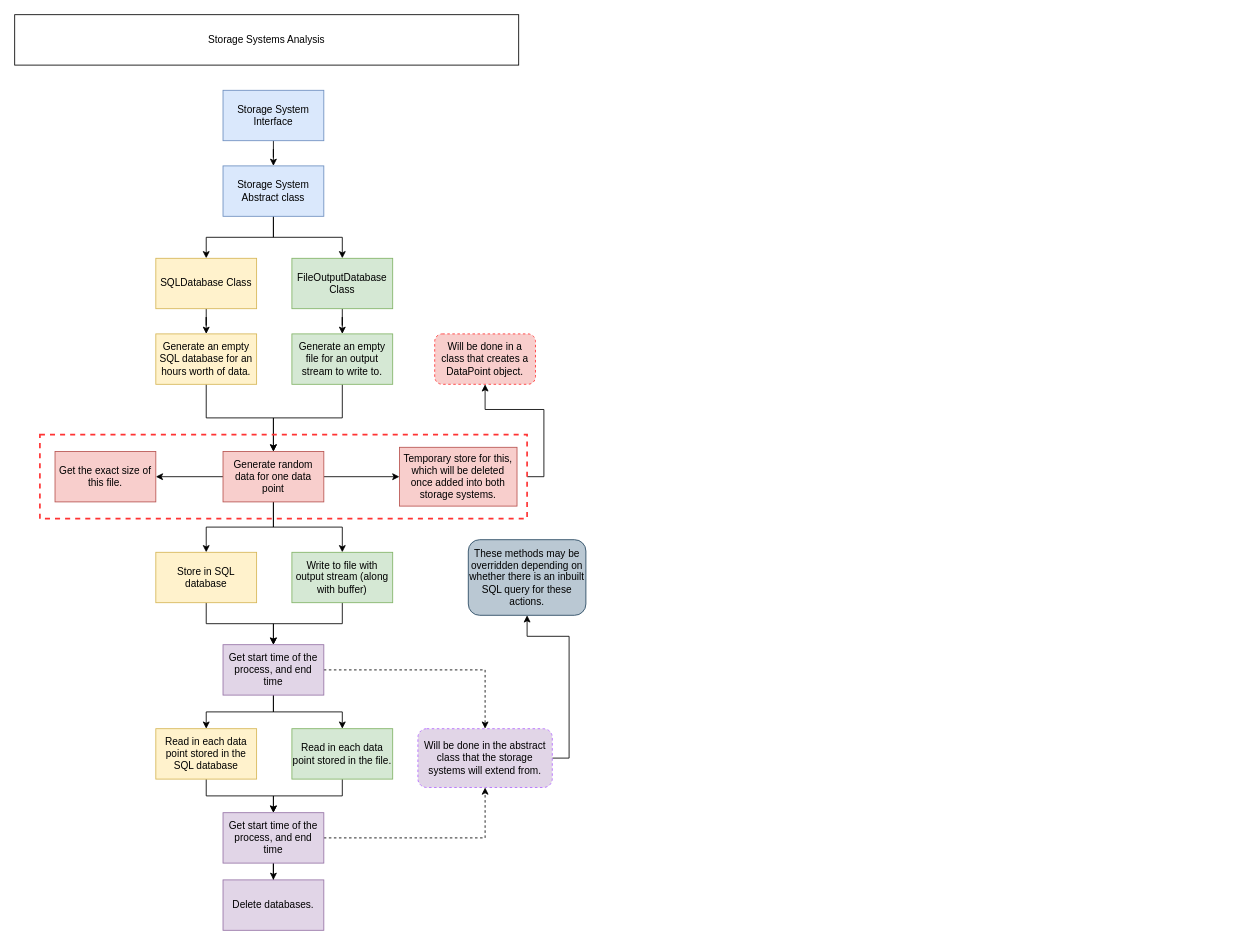
dolphin-acoustics-vip/DBAnalytics keeps this draw.io diagram as planning/StorageSystemVIP.drawio. Above is the earlier version. Source tidied: cells renumbered, new cells numbered last; positions are measured from the earlier drawing's top-left corner, leaving out a move shared by most shapes. Both pictures are drawn from the tidied source at 84%, with x=0, y=0 at pixel (14, 14).
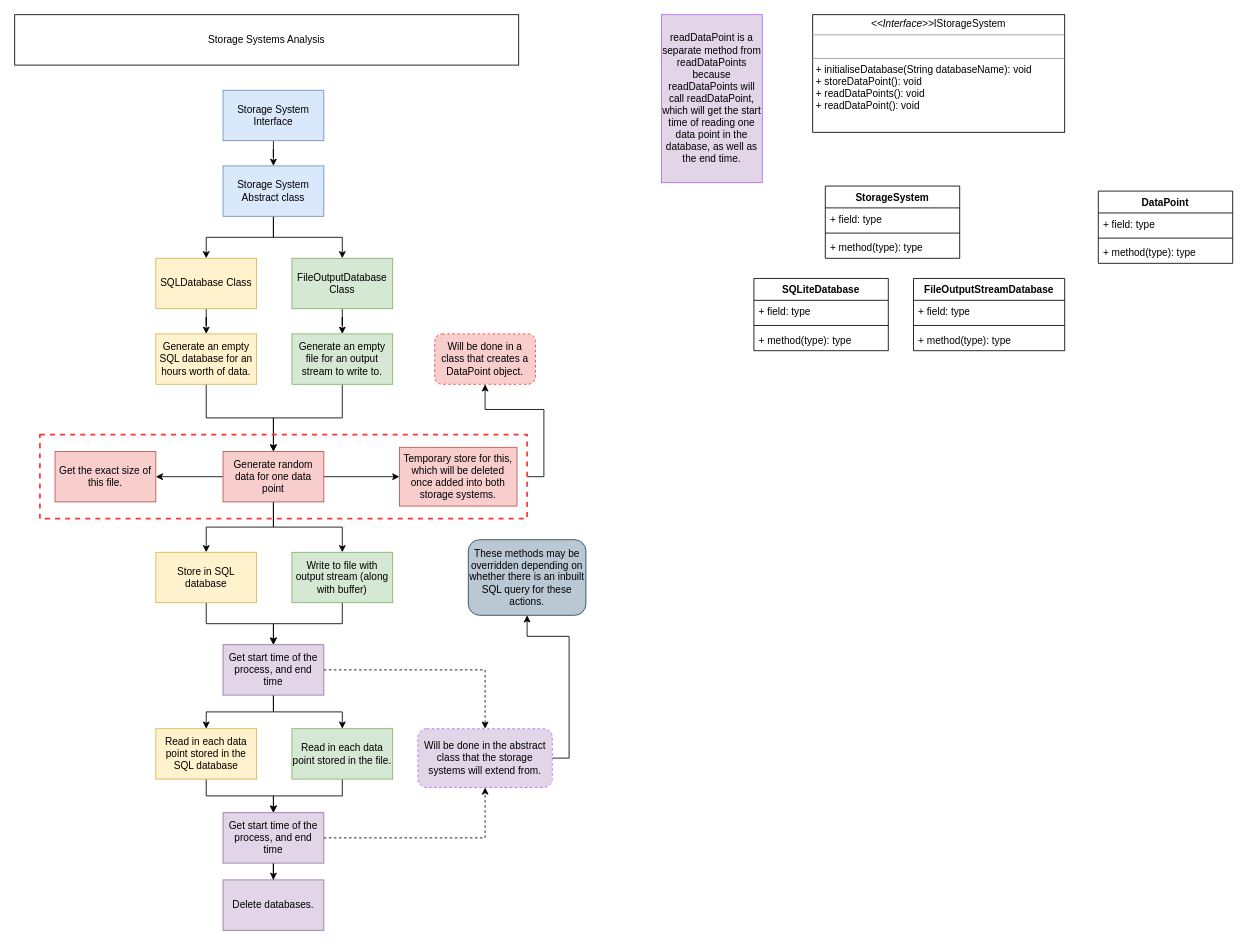
Above is the later version.

Commit message:
Started UML Diagrams

Diff of the diagram source:
```diff
@@
+    <mxCell id="45" value="SQLiteDatabase" style="swimlane;fontStyle=1;align=center;verticalAlign=top;horizontal=1;startSize=26;strokeWidth=1;labelBackgroundColor=none;" parent="1" vertex="1">
+      <mxGeometry x="880" y="314" width="160" height="86" as="geometry" />
+    </mxCell>
+    <mxCell id="46" value="+ field: type" style="text;strokeColor=none;fillColor=none;align=left;verticalAlign=top;spacingLeft=4;spacingRight=4;overflow=hidden;strokeWidth=1;" parent="45" vertex="1">
+      <mxGeometry y="26" width="160" height="26" as="geometry" />
+    </mxCell>
+    <mxCell id="47" style="line;strokeWidth=1;fillColor=none;align=left;verticalAlign=middle;spacingTop=-1;spacingLeft=3;spacingRight=3;labelPosition=right;strokeColor=inherit;" parent="45" vertex="1">
+      <mxGeometry y="52" width="160" height="8" as="geometry" />
+    </mxCell>
+    <mxCell id="48" value="+ method(type): type" style="text;strokeColor=none;fillColor=none;align=left;verticalAlign=top;spacingLeft=4;spacingRight=4;overflow=hidden;strokeWidth=1;" parent="45" vertex="1">
+      <mxGeometry y="60" width="160" height="26" as="geometry" />
+    </mxCell>
+    <mxCell id="49" value="&lt;p style=&quot;margin:0px;margin-top:4px;text-align:center;&quot;&gt;&lt;i&gt;&amp;lt;&amp;lt;Interface&amp;gt;&amp;gt;&lt;/i&gt;IStorageSystem&lt;br&gt;&lt;/p&gt;&lt;hr size=&quot;1&quot;&gt;&lt;p style=&quot;margin:0px;margin-left:4px;&quot;&gt;&lt;br&gt;&lt;/p&gt;&lt;hr size=&quot;1&quot;&gt;&lt;p style=&quot;margin:0px;margin-left:4px;&quot;&gt;+ initialiseDatabase(String databaseName): void&lt;br&gt;+ storeDataPoint(): void&lt;/p&gt;&lt;p style=&quot;margin:0px;margin-left:4px;&quot;&gt;+ readDataPoints(): void&lt;/p&gt;&lt;p style=&quot;margin:0px;margin-left:4px;&quot;&gt;+ readDataPoint(): void&lt;br&gt;&lt;/p&gt;" style="verticalAlign=top;align=left;overflow=fill;fontSize=12;fontFamily=Helvetica;html=1;strokeWidth=1;" parent="1" vertex="1">
+      <mxGeometry x="950" width="300" height="140" as="geometry" />
+    </mxCell>
+    <mxCell id="50" value="FileOutputStreamDatabase" style="swimlane;fontStyle=1;align=center;verticalAlign=top;horizontal=1;startSize=26;strokeWidth=1;labelBackgroundColor=none;" parent="1" vertex="1">
+      <mxGeometry x="1070" y="314" width="180" height="86" as="geometry" />
+    </mxCell>
+    <mxCell id="51" value="+ field: type" style="text;strokeColor=none;fillColor=none;align=left;verticalAlign=top;spacingLeft=4;spacingRight=4;overflow=hidden;strokeWidth=1;" parent="50" vertex="1">
+      <mxGeometry y="26" width="180" height="26" as="geometry" />
+    </mxCell>
+    <mxCell id="52" style="line;strokeWidth=1;fillColor=none;align=left;verticalAlign=middle;spacingTop=-1;spacingLeft=3;spacingRight=3;labelPosition=right;strokeColor=inherit;" parent="50" vertex="1">
+      <mxGeometry y="52" width="180" height="8" as="geometry" />
+    </mxCell>
+    <mxCell id="53" value="+ method(type): type" style="text;strokeColor=none;fillColor=none;align=left;verticalAlign=top;spacingLeft=4;spacingRight=4;overflow=hidden;strokeWidth=1;" parent="50" vertex="1">
+      <mxGeometry y="60" width="180" height="26" as="geometry" />
+    </mxCell>
+    <mxCell id="54" value="DataPoint" style="swimlane;fontStyle=1;align=center;verticalAlign=top;horizontal=1;startSize=26;labelBackgroundColor=none;strokeWidth=1;" parent="1" vertex="1">
+      <mxGeometry x="1290" y="210" width="160" height="86" as="geometry" />
+    </mxCell>
+    <mxCell id="55" value="+ field: type" style="text;strokeColor=none;fillColor=none;align=left;verticalAlign=top;spacingLeft=4;spacingRight=4;overflow=hidden;labelBackgroundColor=none;strokeWidth=1;" parent="54" vertex="1">
+      <mxGeometry y="26" width="160" height="26" as="geometry" />
+    </mxCell>
+    <mxCell id="56" style="line;strokeWidth=1;fillColor=none;align=left;verticalAlign=middle;spacingTop=-1;spacingLeft=3;spacingRight=3;labelPosition=right;strokeColor=inherit;labelBackgroundColor=none;" parent="54" vertex="1">
+      <mxGeometry y="52" width="160" height="8" as="geometry" />
+    </mxCell>
+    <mxCell id="57" value="+ method(type): type" style="text;strokeColor=none;fillColor=none;align=left;verticalAlign=top;spacingLeft=4;spacingRight=4;overflow=hidden;labelBackgroundColor=none;strokeWidth=1;" parent="54" vertex="1">
+      <mxGeometry y="60" width="160" height="26" as="geometry" />
+    </mxCell>
+    <mxCell id="58" value="StorageSystem" style="swimlane;fontStyle=1;align=center;verticalAlign=top;horizontal=1;startSize=26;labelBackgroundColor=none;strokeWidth=1;" parent="1" vertex="1">
+      <mxGeometry x="965" y="204" width="160" height="86" as="geometry" />
+    </mxCell>
+    <mxCell id="59" value="+ field: type" style="text;strokeColor=none;fillColor=none;align=left;verticalAlign=top;spacingLeft=4;spacingRight=4;overflow=hidden;labelBackgroundColor=none;strokeWidth=1;" parent="58" vertex="1">
+      <mxGeometry y="26" width="160" height="26" as="geometry" />
+    </mxCell>
+    <mxCell id="60" style="line;strokeWidth=1;fillColor=none;align=left;verticalAlign=middle;spacingTop=-1;spacingLeft=3;spacingRight=3;labelPosition=right;strokeColor=inherit;labelBackgroundColor=none;" parent="58" vertex="1">
+      <mxGeometry y="52" width="160" height="8" as="geometry" />
+    </mxCell>
+    <mxCell id="61" value="+ method(type): type" style="text;strokeColor=none;fillColor=none;align=left;verticalAlign=top;spacingLeft=4;spacingRight=4;overflow=hidden;labelBackgroundColor=none;strokeWidth=1;" parent="58" vertex="1">
+      <mxGeometry y="60" width="160" height="26" as="geometry" />
+    </mxCell>
+    <mxCell id="62" value="readDataPoint is a separate method from readDataPoints because readDataPoints will call readDataPoint, which will get the start time of reading one data point in the database, as well as the end time." style="rounded=0;whiteSpace=wrap;html=1;labelBackgroundColor=none;strokeColor=#B266FF;strokeWidth=1;fillColor=#E1D5E7;" parent="1" vertex="1">
+      <mxGeometry x="770" width="120" height="200" as="geometry" />
+    </mxCell>
```
